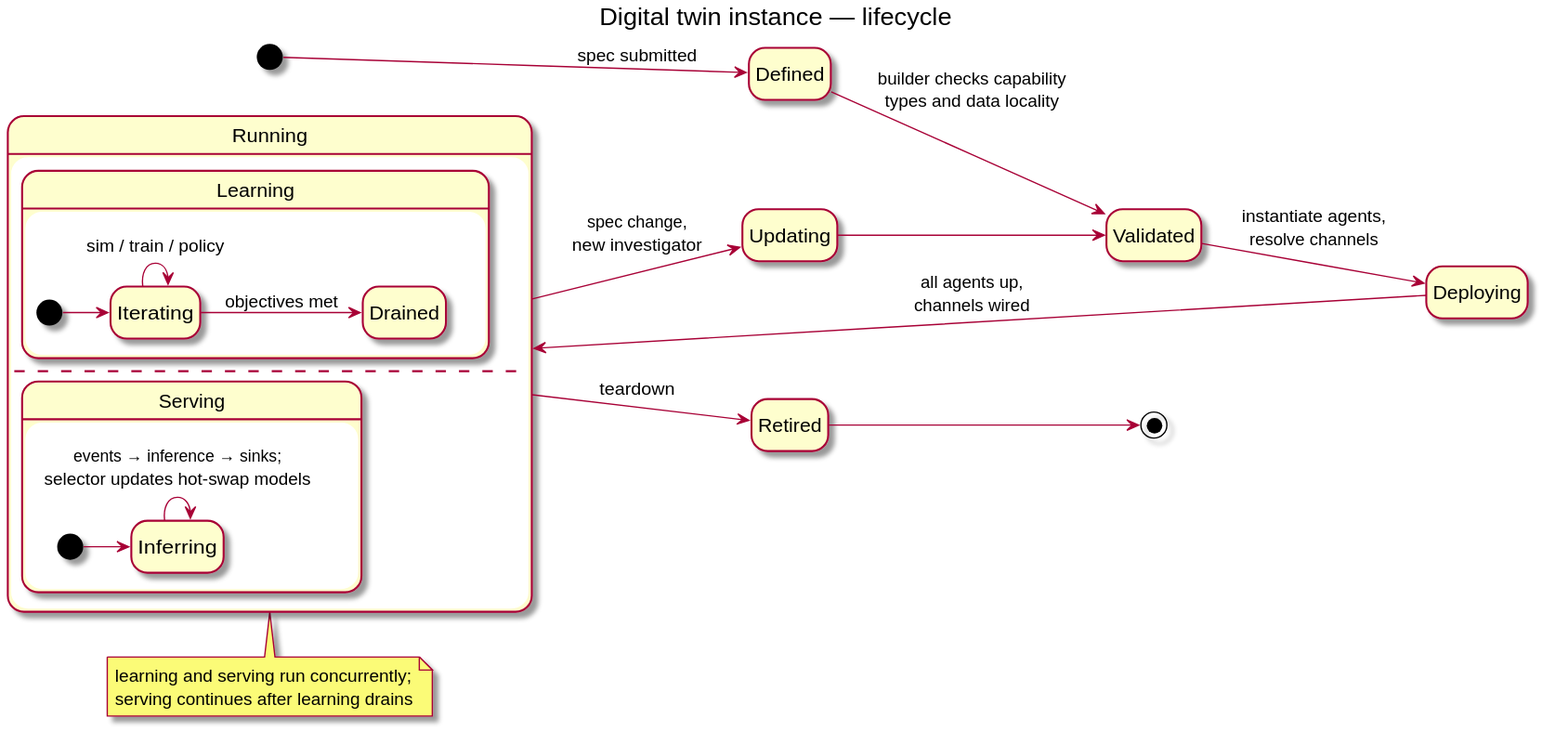
Before: architecture/diagrams/lifecycle-twin.svg, a diagram exported from PlantUML (radical-collaboration/amsc).
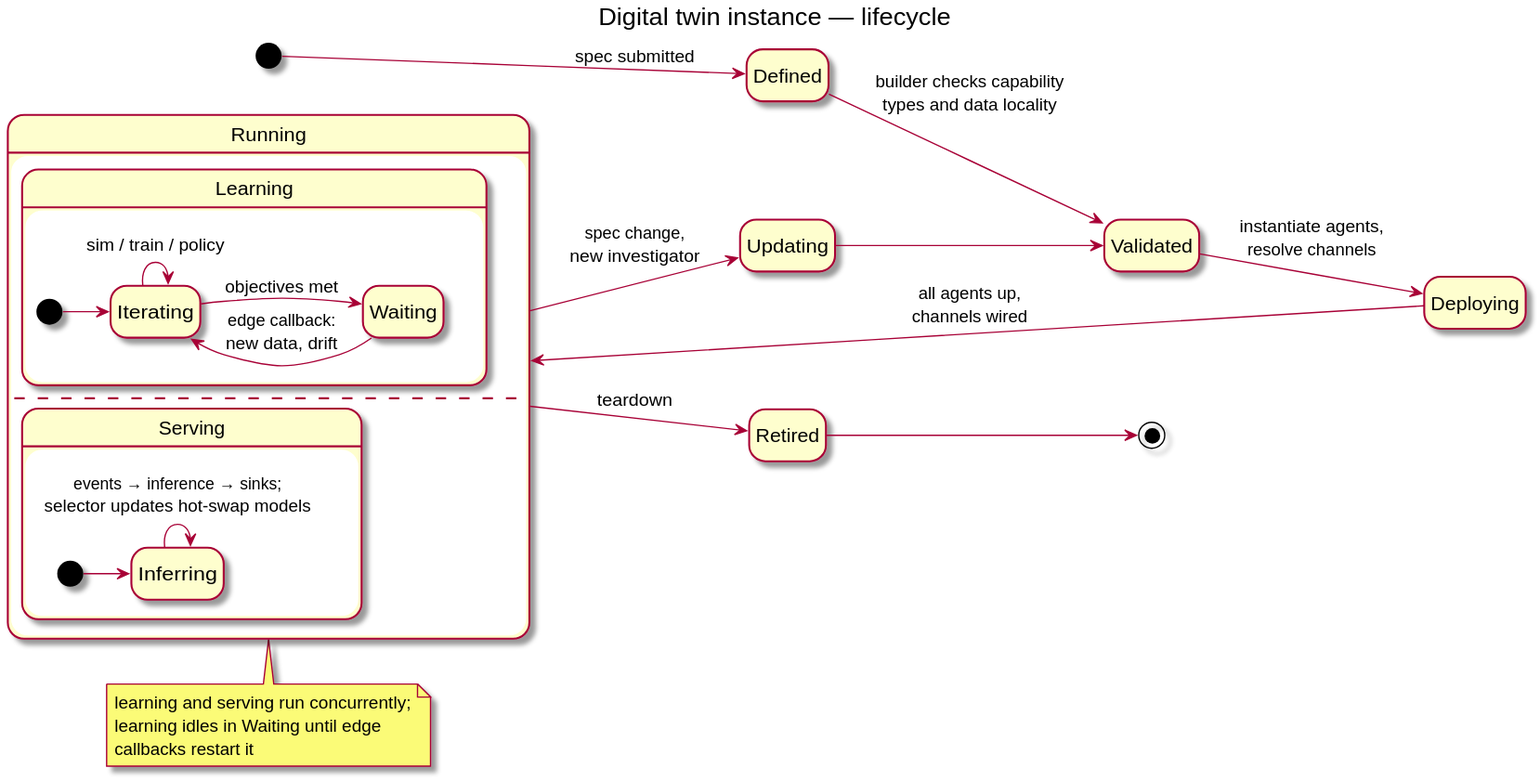
Above is the later version.

Commit message:
DT architecture: feedback round 2 + presentation

Diff of the diagram source:
```diff
@@ -11,7 +11,8 @@
   state Learning {
     [*] --> Iterating
     Iterating --> Iterating : sim / train / policy
-    Iterating --> Drained : objectives met
+    Iterating --> Waiting : objectives met
+    Waiting --> Iterating : edge callback:\nnew data, drift
   }
   --
   state Serving {
@@ -34,6 +35,7 @@
 
 note bottom of Running
   learning and serving run concurrently;
-  serving continues after learning drains
+  learning idles in Waiting until edge
+  callbacks restart it
 end note
 @enduml
```
